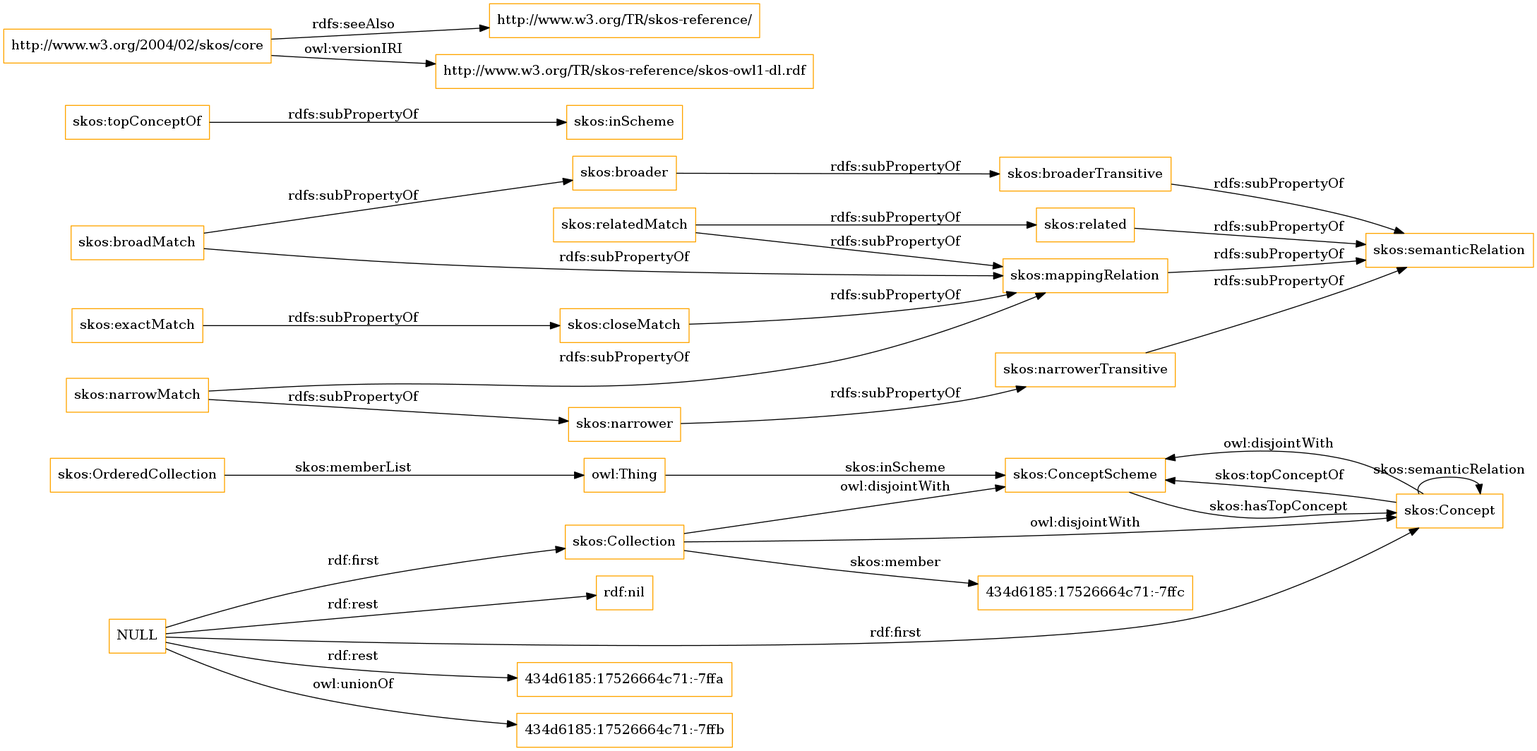
Earlier version of the Graphviz export OnToology/imports/skos.owl/diagrams/ar2dtool-class/skos.owl.png (OnToologyUser/core-ontology-1). Its source is kept beside it as OnToology/imports/skos.owl/diagrams/ar2dtool-class/skos.owl.png.dot.
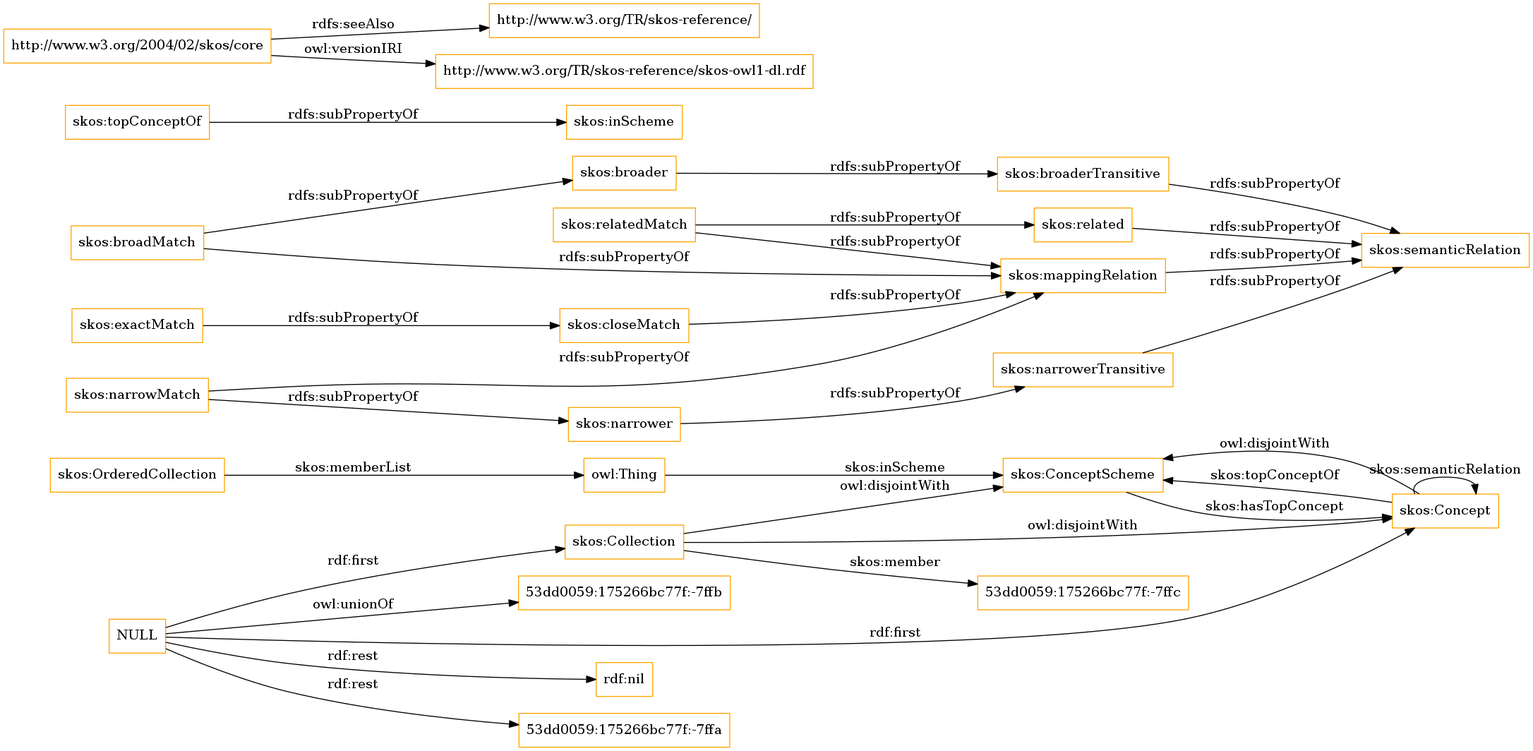
The same file after the commit.

The edit, as a diff of the source:
```diff
@@ -1,13 +1,13 @@
 digraph ar2dtool_diagram {
 rankdir=LR;
 size="1501"
-node [shape = rectangle, color="orange"]; "skos:OrderedCollection" "skos:ConceptScheme" "skos:Concept" "skos:Collection" "434d6185:17526664c71:-7ffc" ; /*classes style*/
+node [shape = rectangle, color="orange"]; "skos:OrderedCollection" "skos:ConceptScheme" "skos:Concept" "skos:Collection" "53dd0059:175266bc77f:-7ffc" ; /*classes style*/
 	"skos:narrowerTransitive" -> "skos:semanticRelation" [ label = "rdfs:subPropertyOf" ];
-	"NULL" -> "434d6185:17526664c71:-7ffa" [ label = "rdf:rest" ];
-	"NULL" -> "skos:Collection" [ label = "rdf:first" ];
-	"NULL" -> "434d6185:17526664c71:-7ffb" [ label = "owl:unionOf" ];
 	"NULL" -> "rdf:nil" [ label = "rdf:rest" ];
 	"NULL" -> "skos:Concept" [ label = "rdf:first" ];
+	"NULL" -> "53dd0059:175266bc77f:-7ffa" [ label = "rdf:rest" ];
+	"NULL" -> "skos:Collection" [ label = "rdf:first" ];
+	"NULL" -> "53dd0059:175266bc77f:-7ffb" [ label = "owl:unionOf" ];
 	"skos:closeMatch" -> "skos:mappingRelation" [ label = "rdfs:subPropertyOf" ];
 	"skos:Concept" -> "skos:ConceptScheme" [ label = "owl:disjointWith" ];
 	"skos:relatedMatch" -> "skos:related" [ label = "rdfs:subPropertyOf" ];
@@ -30,7 +30,7 @@
 	"skos:OrderedCollection" -> "owl:Thing" [ label = "skos:memberList" ];
 	"skos:Concept" -> "skos:ConceptScheme" [ label = "skos:topConceptOf" ];
 	"skos:Concept" -> "skos:Concept" [ label = "skos:semanticRelation" ];
-	"skos:Collection" -> "434d6185:17526664c71:-7ffc" [ label = "skos:member" ];
+	"skos:Collection" -> "53dd0059:175266bc77f:-7ffc" [ label = "skos:member" ];
 	"skos:ConceptScheme" -> "skos:Concept" [ label = "skos:hasTopConcept" ];
 	"owl:Thing" -> "skos:ConceptScheme" [ label = "skos:inScheme" ];
 
```
